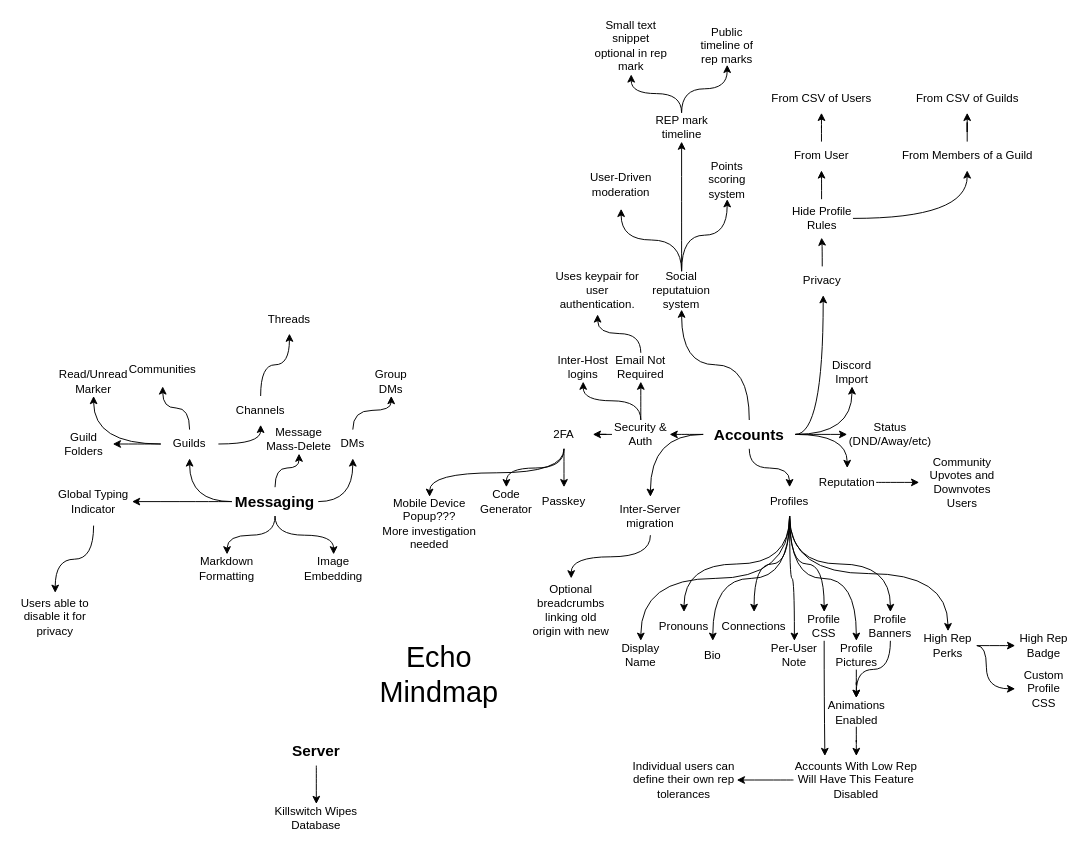
Above: api/drawio/Features Brainstorm.drawio in Echo-Chat-Systems/docs (draw.io), before the change. Source tidied: cells renumbered, new cells numbered last; positions are measured from the earlier drawing's top-left corner, leaving out a move shared by most shapes. Both pictures are drawn from the tidied source at 96%, with x=0, y=0 at pixel (16, 16).
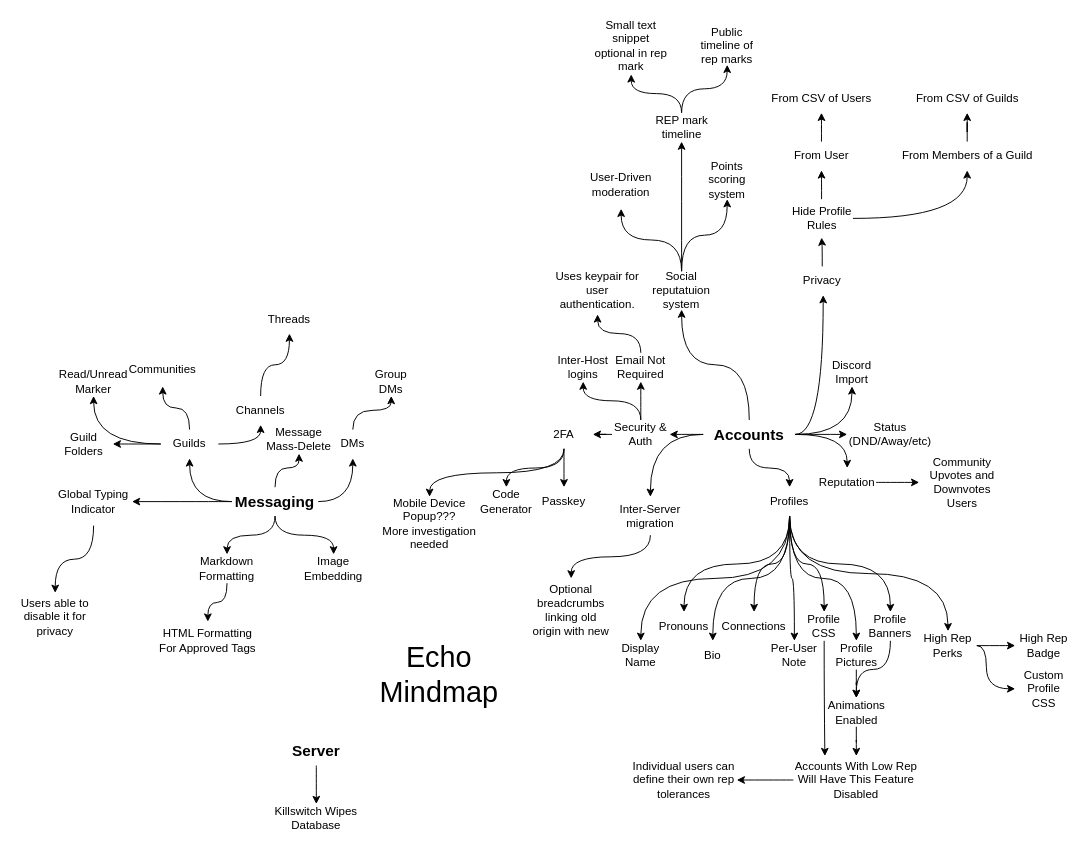
The same page after the edit.

Commit message:
Big brain Lala

Unchanged cells that the change refers to:
```xml
<mxCell id="39" value="Markdown Formatting" style="text;html=1;align=center;verticalAlign=middle;whiteSpace=wrap;rounded=0;" parent="1" vertex="1">
  <mxGeometry x="184" y="560" width="70" height="30" as="geometry" />
</mxCell>
```

What changed in the source:
```diff
@@
+    <mxCell id="118" style="edgeStyle=orthogonalEdgeStyle;rounded=0;jettySize=auto;html=1;curved=1;" parent="1" edge="1" source="39" target="119">
+      <mxGeometry relative="1" as="geometry" />
+    </mxCell>
@@
+    <mxCell id="119" value="HTML Formatting For Approved Tags" style="text;html=1;align=center;verticalAlign=middle;whiteSpace=wrap;rounded=0;" parent="1" vertex="1">
+      <mxGeometry x="144" y="630" width="110" height="40" as="geometry" />
+    </mxCell>
```
